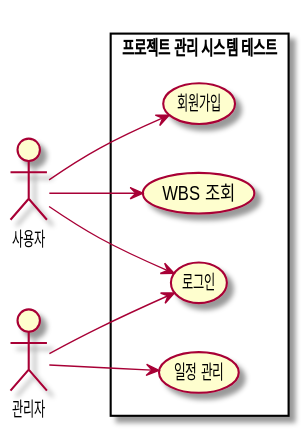
This is docs/diagrams/UCD.svg from ghdrb1246/Project_Automation, a PlantUML export, as it was before one commit.
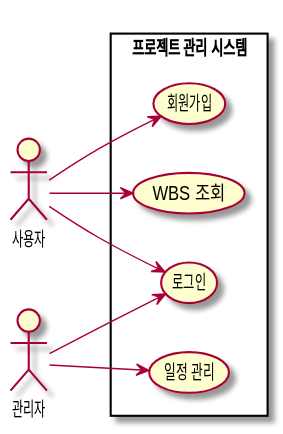
After the commit.

Commit message:
docs: auto-render UML diagrams

Diff of the diagram source:
```diff
@@ -3,7 +3,7 @@
 actor 사용자 as User
 actor "관리자" as Admin
 
-rectangle "프로젝트 관리 시스템 테스트" {
+rectangle "프로젝트 관리 시스템" {
   usecase "회원가입" as UC1
   usecase "로그인" as UC2
   usecase "WBS 조회" as UC3
```
